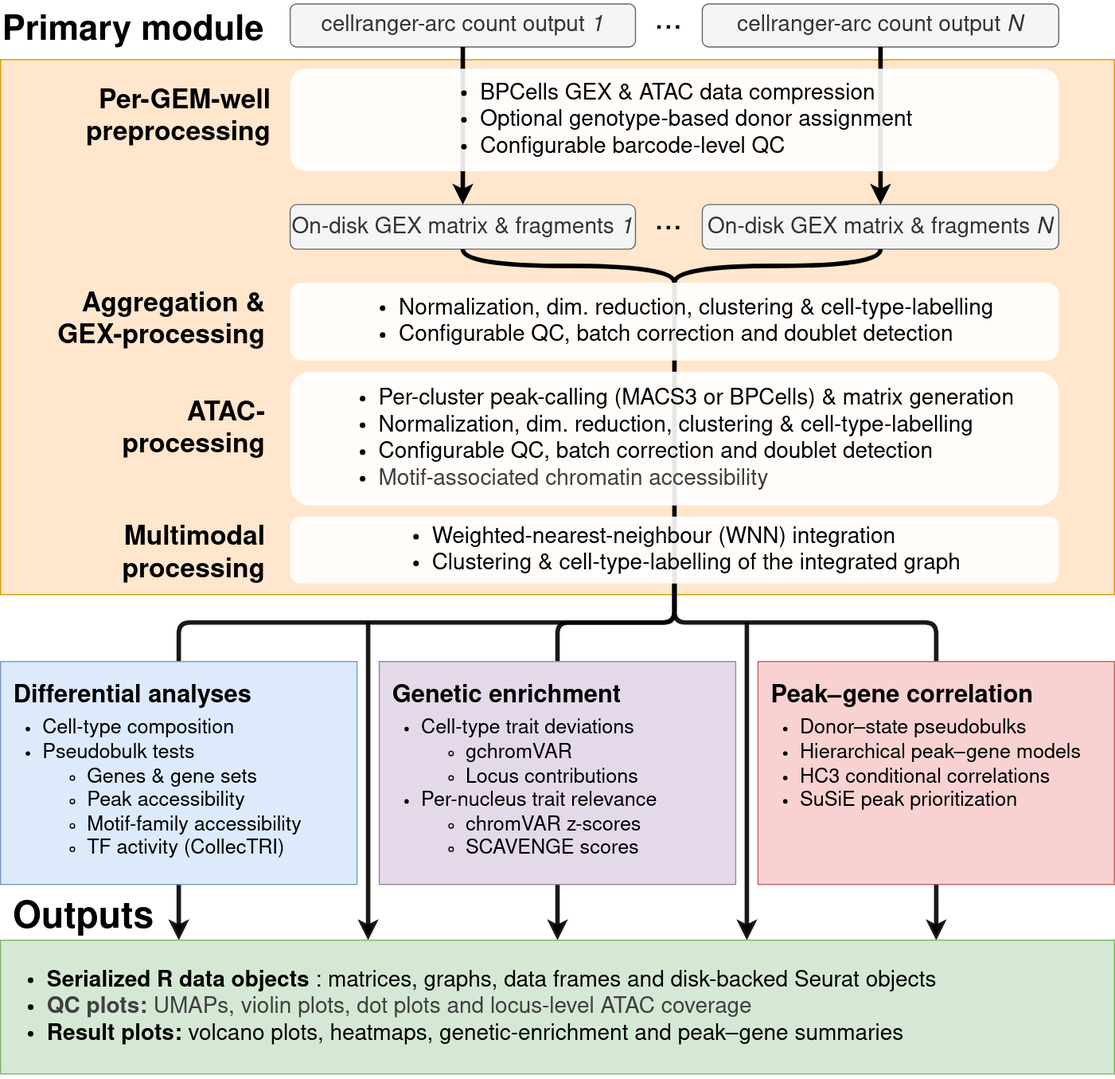
Above: website/figures/multiomeR_overview_simplified.drawio.svg in koefoeden/multiomeR (draw.io), before the change. Source tidied: cells renumbered, new cells last; positions are measured from the earlier drawing's top-left corner, leaving out a move shared by most shapes.
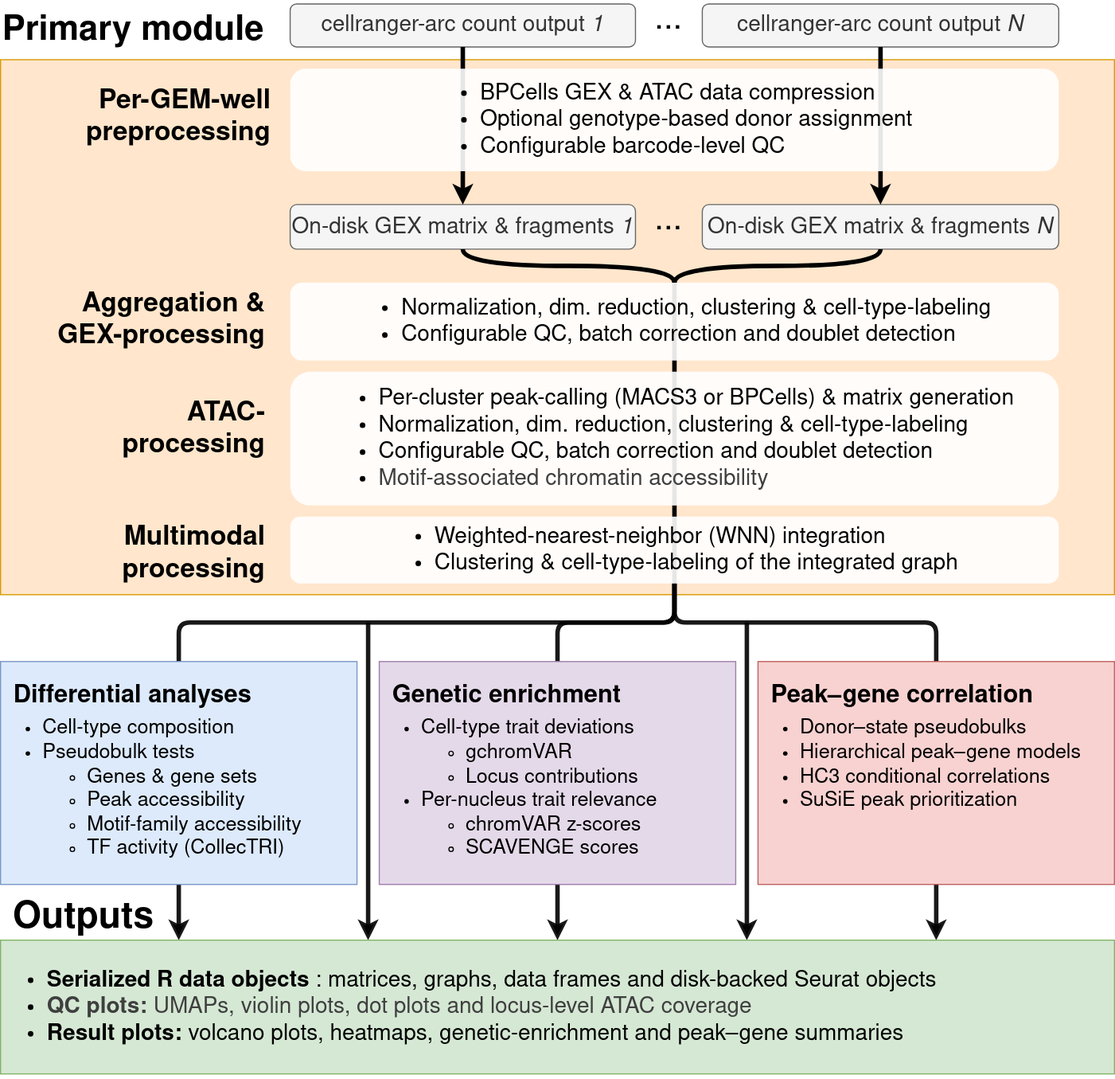
Above is the later version.

What changed in the source:
```diff
@@ -50,10 +50,10 @@
     <mxCell id="17" value="&lt;font&gt;&lt;span style=&quot;color: rgb(51, 51, 51);&quot;&gt;&amp;nbsp;On-disk GEX matrix &amp;amp; fragments &lt;/span&gt;&lt;i&gt;N&lt;/i&gt;&lt;/font&gt;" style="rounded=1;whiteSpace=wrap;html=1;shadow=0;fillColor=#f5f5f5;strokeColor=#666666;fontColor=#333333;fontSize=20;fontFamily=Nimbus Sans;" parent="1" vertex="1">
       <mxGeometry x="630" y="180" width="320" height="40" as="geometry" />
     </mxCell>
-    <mxCell id="18" value="&lt;ul&gt;&lt;li style=&quot;text-align: left;&quot;&gt;&lt;font&gt;Normalization, dim. reduction, clustering &amp;amp; cell-type-labelling&lt;/font&gt;&lt;/li&gt;&lt;li style=&quot;text-align: left;&quot;&gt;&lt;font&gt;Configurable QC, batch correction and doublet detection&lt;/font&gt;&lt;/li&gt;&lt;/ul&gt;" style="rounded=1;whiteSpace=wrap;html=1;dashed=1;fillColor=default;strokeColor=none;opacity=90;fontSize=20;glass=0;fontFamily=Nimbus Sans;" parent="1" vertex="1">
+    <mxCell id="18" value="&lt;ul&gt;&lt;li style=&quot;text-align: left;&quot;&gt;&lt;font&gt;Normalization, dim. reduction, clustering &amp;amp; cell-type-labeling&lt;/font&gt;&lt;/li&gt;&lt;li style=&quot;text-align: left;&quot;&gt;&lt;font&gt;Configurable QC, batch correction and doublet detection&lt;/font&gt;&lt;/li&gt;&lt;/ul&gt;" style="rounded=1;whiteSpace=wrap;html=1;dashed=1;fillColor=default;strokeColor=none;opacity=90;fontSize=20;glass=0;fontFamily=Nimbus Sans;" parent="1" vertex="1">
       <mxGeometry x="260" y="250" width="690" height="70" as="geometry" />
     </mxCell>
-    <mxCell id="19" value="&lt;ul&gt;&lt;li style=&quot;text-align: left;&quot;&gt;&lt;font&gt;&lt;span&gt;Per-cluster peak-calling (MACS3 or BPCells) &amp;amp;&lt;/span&gt;&amp;nbsp;matrix generation&lt;/font&gt;&lt;/li&gt;&lt;li style=&quot;text-align: left;&quot;&gt;&lt;font&gt;Normalization, dim. reduction, clustering &amp;amp; cell-type-labelling&lt;/font&gt;&lt;/li&gt;&lt;li style=&quot;text-align: left;&quot;&gt;&lt;span&gt;&lt;font&gt;Configurable QC, batch correction and doublet detection&lt;br&gt;&lt;/font&gt;&lt;/span&gt;&lt;/li&gt;&lt;li style=&quot;text-align: left;&quot;&gt;&lt;span&gt;&lt;font&gt;&lt;span style=&quot;color: rgb(63, 63, 63);&quot;&gt;Motif-associated chromatin accessibility&amp;nbsp;&lt;/span&gt;&lt;/font&gt;&lt;/span&gt;&lt;/li&gt;&lt;/ul&gt;" style="rounded=1;whiteSpace=wrap;html=1;dashed=1;fillColor=default;strokeColor=none;opacity=90;fontSize=20;fontFamily=Nimbus Sans;" parent="1" vertex="1">
+    <mxCell id="19" value="&lt;ul&gt;&lt;li style=&quot;text-align: left;&quot;&gt;&lt;font&gt;&lt;span&gt;Per-cluster peak-calling (MACS3 or BPCells) &amp;amp;&lt;/span&gt;&amp;nbsp;matrix generation&lt;/font&gt;&lt;/li&gt;&lt;li style=&quot;text-align: left;&quot;&gt;&lt;font&gt;Normalization, dim. reduction, clustering &amp;amp; cell-type-labeling&lt;/font&gt;&lt;/li&gt;&lt;li style=&quot;text-align: left;&quot;&gt;&lt;span&gt;&lt;font&gt;Configurable QC, batch correction and doublet detection&lt;br&gt;&lt;/font&gt;&lt;/span&gt;&lt;/li&gt;&lt;li style=&quot;text-align: left;&quot;&gt;&lt;span&gt;&lt;font&gt;&lt;span style=&quot;color: rgb(63, 63, 63);&quot;&gt;Motif-associated chromatin accessibility&amp;nbsp;&lt;/span&gt;&lt;/font&gt;&lt;/span&gt;&lt;/li&gt;&lt;/ul&gt;" style="rounded=1;whiteSpace=wrap;html=1;dashed=1;fillColor=default;strokeColor=none;opacity=90;fontSize=20;fontFamily=Nimbus Sans;" parent="1" vertex="1">
       <mxGeometry x="260" y="330" width="690" height="120" as="geometry" />
     </mxCell>
     <mxCell id="20" style="rounded=0;jettySize=auto;html=1;exitX=0.5;exitY=1;exitDx=0;exitDy=0;entryX=0.5;entryY=0;entryDx=0;entryDy=0;strokeWidth=4;fontSize=19;endArrow=classic;endFill=1;fontFamily=Nimbus Sans;" parent="1" edge="1" source="14" target="16">
@@ -80,7 +80,7 @@
     <mxCell id="27" value="&lt;b&gt;Outputs&lt;/b&gt;" style="text;whiteSpace=wrap;html=1;fontSize=33;align=right;shadow=0;opacity=0;fontStyle=0;labelBackgroundColor=none;fontFamily=Nimbus Sans;" parent="1" vertex="1">
       <mxGeometry y="795" width="140" height="50" as="geometry" />
     </mxCell>
-    <mxCell id="28" value="&lt;ul&gt;&lt;li style=&quot;text-align: left;&quot;&gt;Weighted-nearest-neighbour (WNN) integration&lt;/li&gt;&lt;li style=&quot;text-align: left;&quot;&gt;Clustering &amp;amp; cell-type-labelling of the integrated graph&lt;/li&gt;&lt;/ul&gt;" style="rounded=1;whiteSpace=wrap;html=1;dashed=1;fillColor=default;strokeColor=none;opacity=90;fontSize=20;fontFamily=Nimbus Sans;" parent="1" vertex="1">
+    <mxCell id="28" value="&lt;ul&gt;&lt;li style=&quot;text-align: left;&quot;&gt;Weighted-nearest-neighbor (WNN) integration&lt;/li&gt;&lt;li style=&quot;text-align: left;&quot;&gt;Clustering &amp;amp; cell-type-labeling of the integrated graph&lt;/li&gt;&lt;/ul&gt;" style="rounded=1;whiteSpace=wrap;html=1;dashed=1;fillColor=default;strokeColor=none;opacity=90;fontSize=20;fontFamily=Nimbus Sans;" parent="1" vertex="1">
       <mxGeometry x="260" y="460" width="690" height="60" as="geometry" />
     </mxCell>
     <mxCell id="29" value="&lt;span style=&quot;border-color: rgb(218, 220, 224); font-variant-ligatures: normal; font-variant-caps: normal; letter-spacing: normal; orphans: 2; text-indent: 0px; text-transform: none; widows: 2; word-spacing: 0px; -webkit-text-stroke-width: 0px; text-decoration-thickness: initial; text-decoration-style: initial; text-decoration-color: initial;&quot;&gt;&lt;font style=&quot;border-color: rgb(218, 220, 224);&quot;&gt;Multimodal processing&lt;/font&gt;&lt;/span&gt;" style="text;whiteSpace=wrap;html=1;fontSize=24;align=right;shadow=0;fontStyle=1;opacity=0;fillColor=none;labelBackgroundColor=none;fontFamily=Nimbus Sans;fontColor=#000000;" parent="1" vertex="1">
```
